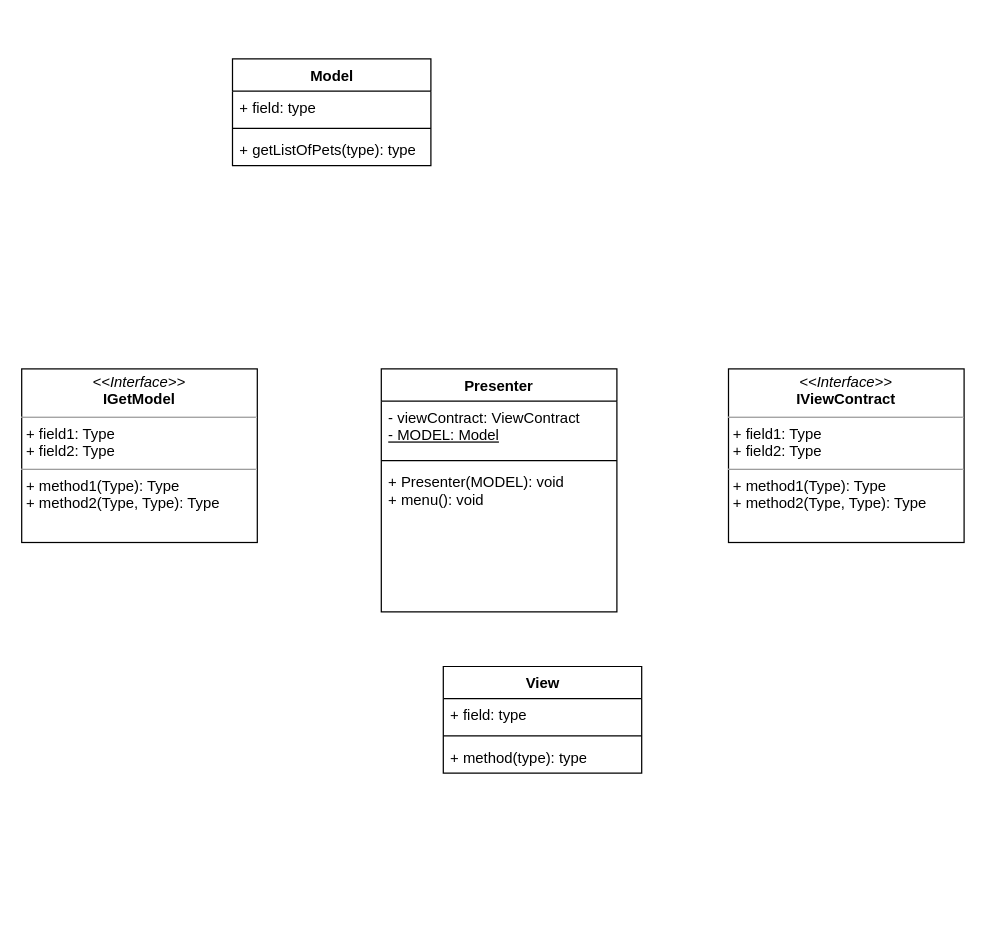
Before: page "Page-3" (3 of 3) of diagram/animals_uml.drawio in Fostix/nursery_accounting_system, a draw.io diagram. Source tidied: cells renumbered, new cells numbered last; positions are measured from the earlier drawing's top-left corner, leaving out a move shared by most shapes. Both pictures are drawn from the tidied source at 124%, with x=0, y=0 at pixel (21, 58).
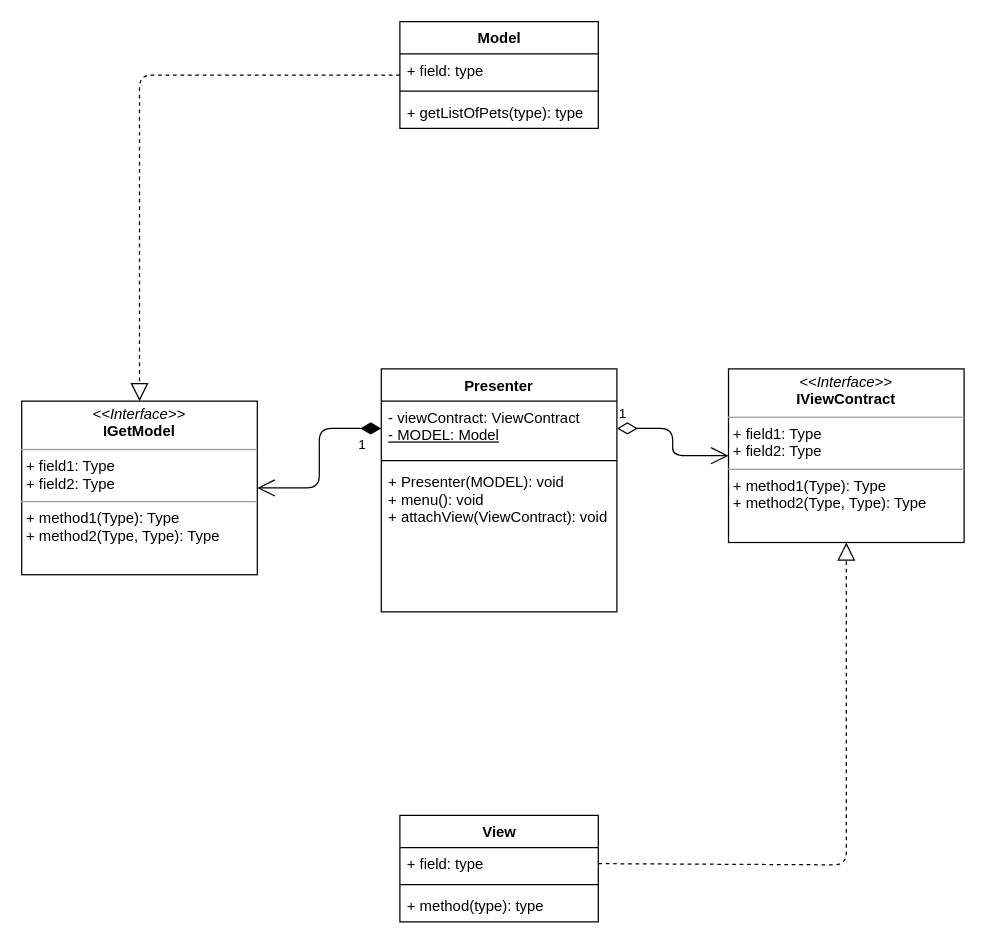
Above is the later version.

The change refers to these unchanged cells:
```xml
<mxCell id="2" value="Presenter" style="swimlane;fontStyle=1;align=center;verticalAlign=top;horizontal=1;startSize=26;" parent="1" vertex="1">
  <mxGeometry x="290" y="250" width="190" height="196" as="geometry" />
</mxCell>
<mxCell id="3" value="- viewContract: ViewContract&lt;br&gt;&lt;u&gt;- MODEL: Model&lt;/u&gt;" style="text;strokeColor=none;fillColor=none;align=left;verticalAlign=top;spacingLeft=4;spacingRight=4;overflow=hidden;points=[[0,0.5],[1,0.5]];portConstraint=eastwest;dashed=1;dashPattern=1 4;fontStyle=0;fontColor=default;labelBackgroundColor=none;html=1;" parent="2" vertex="1">
  <mxGeometry y="26" width="190" height="44" as="geometry" />
</mxCell>
<mxCell id="11" value="+ field: type" style="text;strokeColor=none;fillColor=none;align=left;verticalAlign=top;spacingLeft=4;spacingRight=4;overflow=hidden;points=[[0,0.5],[1,0.5]];portConstraint=eastwest;labelBackgroundColor=none;fontColor=default;html=1;" parent="10" vertex="1">
  <mxGeometry y="26" width="160" height="26" as="geometry" />
</mxCell>
<mxCell id="14" value="&lt;p style=&quot;margin:0px;margin-top:4px;text-align:center;&quot;&gt;&lt;i&gt;&amp;lt;&amp;lt;Interface&amp;gt;&amp;gt;&lt;/i&gt;&lt;br&gt;&lt;b&gt;IViewContract&lt;/b&gt;&lt;/p&gt;&lt;hr size=&quot;1&quot;&gt;&lt;p style=&quot;margin:0px;margin-left:4px;&quot;&gt;+ field1: Type&lt;br&gt;+ field2: Type&lt;/p&gt;&lt;hr size=&quot;1&quot;&gt;&lt;p style=&quot;margin:0px;margin-left:4px;&quot;&gt;+ method1(Type): Type&lt;br&gt;+ method2(Type, Type): Type&lt;/p&gt;" style="verticalAlign=top;align=left;overflow=fill;fontSize=12;fontFamily=Helvetica;html=1;labelBackgroundColor=none;fontColor=default;" parent="1" vertex="1">
  <mxGeometry x="570" y="250" width="190" height="140" as="geometry" />
</mxCell>
```

The edit, as a diff of the source:
```diff
@@
-    <mxCell id="5" value="+ Presenter(MODEL): void&#10;+ menu(): void" style="text;strokeColor=none;fillColor=none;align=left;verticalAlign=top;spacingLeft=4;spacingRight=4;overflow=hidden;dashed=1;dashPattern=1 4;" parent="2" vertex="1">
+    <mxCell id="5" value="+ Presenter(MODEL): void&#10;+ menu(): void&#10;+ attachView(ViewContract): void" style="text;strokeColor=none;fillColor=none;align=left;verticalAlign=top;spacingLeft=4;spacingRight=4;overflow=hidden;dashed=1;dashPattern=1 4;" parent="2" vertex="1">
       <mxGeometry y="78" width="190" height="118" as="geometry" />
     </mxCell>
     <mxCell id="6" value="Model" style="swimlane;fontStyle=1;align=center;verticalAlign=top;horizontal=1;startSize=26;labelBackgroundColor=none;fontColor=default;html=1;" parent="1" vertex="1">
-      <mxGeometry x="170" width="160" height="86" as="geometry" />
+      <mxGeometry x="305" y="-30" width="160" height="86" as="geometry" />
     </mxCell>
@@
     <mxCell id="10" value="View" style="swimlane;fontStyle=1;align=center;verticalAlign=top;horizontal=1;startSize=26;labelBackgroundColor=none;fontColor=default;html=1;" parent="1" vertex="1">
-      <mxGeometry x="340" y="490" width="160" height="86" as="geometry" />
+      <mxGeometry x="305" y="610" width="160" height="86" as="geometry" />
     </mxCell>
@@
     <mxCell id="15" value="&lt;p style=&quot;margin:0px;margin-top:4px;text-align:center;&quot;&gt;&lt;i&gt;&amp;lt;&amp;lt;Interface&amp;gt;&amp;gt;&lt;/i&gt;&lt;br&gt;&lt;b&gt;IGetModel&lt;/b&gt;&lt;/p&gt;&lt;hr size=&quot;1&quot;&gt;&lt;p style=&quot;margin:0px;margin-left:4px;&quot;&gt;+ field1: Type&lt;br&gt;+ field2: Type&lt;/p&gt;&lt;hr size=&quot;1&quot;&gt;&lt;p style=&quot;margin:0px;margin-left:4px;&quot;&gt;+ method1(Type): Type&lt;br&gt;+ method2(Type, Type): Type&lt;/p&gt;" style="verticalAlign=top;align=left;overflow=fill;fontSize=12;fontFamily=Helvetica;html=1;labelBackgroundColor=none;fontColor=default;" parent="1" vertex="1">
-      <mxGeometry y="250" width="190" height="140" as="geometry" />
+      <mxGeometry y="276" width="190" height="140" as="geometry" />
     </mxCell>
+    <mxCell id="16" style="endArrow=block;dashed=1;endFill=0;endSize=12;html=1;fontColor=default;exitX=0;exitY=0.5;exitDx=0;exitDy=0;entryX=0.5;entryY=0;entryDx=0;entryDy=0;" parent="1" edge="1" source="6" target="15">
+      <mxGeometry relative="1" as="geometry">
+        <Array as="points">
+          <mxPoint x="95" y="13" />
+        </Array>
+      </mxGeometry>
+    </mxCell>
+    <mxCell id="17" style="endArrow=block;dashed=1;endFill=0;endSize=12;html=1;fontColor=default;exitX=1;exitY=0.5;exitDx=0;exitDy=0;entryX=0.5;entryY=1;entryDx=0;entryDy=0;" parent="1" edge="1" source="11" target="14">
+      <mxGeometry relative="1" as="geometry">
+        <Array as="points">
+          <mxPoint x="665" y="650" />
+        </Array>
+      </mxGeometry>
+    </mxCell>
+    <mxCell id="18" value="1" style="endArrow=open;html=1;endSize=12;startArrow=diamondThin;startSize=14;startFill=1;edgeStyle=orthogonalEdgeStyle;align=left;verticalAlign=bottom;fontColor=default;exitX=0;exitY=0.5;exitDx=0;exitDy=0;entryX=1;entryY=0.5;entryDx=0;entryDy=0;" parent="1" edge="1" source="3" target="15">
+      <mxGeometry x="-0.73" y="22" relative="1" as="geometry" />
+    </mxCell>
+    <mxCell id="19" value="1" style="endArrow=open;html=1;endSize=12;startArrow=diamondThin;startSize=14;startFill=0;edgeStyle=orthogonalEdgeStyle;align=left;verticalAlign=bottom;fontColor=default;exitX=1;exitY=0.5;exitDx=0;exitDy=0;entryX=0;entryY=0.5;entryDx=0;entryDy=0;" parent="1" edge="1" source="3" target="14">
+      <mxGeometry x="-1" y="3" relative="1" as="geometry" />
+    </mxCell>
```
